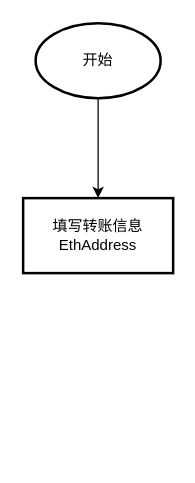
The draw.io diagram 简易转账流程.drawio in kami1983/umls, before the edit. Source tidied: cells renumbered, new cells numbered last; positions are measured from the earlier drawing's top-left corner, leaving out a move shared by most shapes. Both pictures are drawn from the tidied source at 125%, with x=0, y=0 at pixel (22, 22).
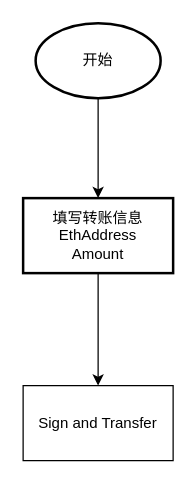
Above is the later version.

Commit message (it also covers changes not shown here):
Update 简易转账流程.drawio

What changed in the source:
```diff
@@
 <mxGraphModel>
   <root>
     <mxCell id="0" />
     <mxCell id="1" parent="0" />
     <mxCell id="2" style="edgeStyle=orthogonalEdgeStyle;rounded=0;jettySize=auto;html=1;" parent="1" edge="1" source="3" target="4">
       <mxGeometry relative="1" as="geometry" />
     </mxCell>
     <mxCell id="3" value="开始" style="strokeWidth=2;html=1;shape=mxgraph.flowchart.start_1;whiteSpace=wrap;" parent="1" vertex="1">
       <mxGeometry x="10" width="100" height="60" as="geometry" />
     </mxCell>
+    <mxCell id="5" style="edgeStyle=orthogonalEdgeStyle;rounded=0;jettySize=auto;html=1;" parent="1" edge="1" source="4" target="6">
+      <mxGeometry relative="1" as="geometry" />
+    </mxCell>
-    <mxCell id="4" value="填写转账信息&lt;br&gt;EthAddress" style="whiteSpace=wrap;html=1;strokeWidth=2;" parent="1" vertex="1">
+    <mxCell id="4" value="填写转账信息&lt;br&gt;EthAddress&lt;br&gt;Amount" style="whiteSpace=wrap;html=1;strokeWidth=2;" parent="1" vertex="1">
       <mxGeometry y="140" width="120" height="60" as="geometry" />
     </mxCell>
+    <mxCell id="6" value="Sign and Transfer" style="rounded=0;whiteSpace=wrap;html=1;" parent="1" vertex="1">
+      <mxGeometry y="290" width="120" height="60" as="geometry" />
+    </mxCell>
   </root>
 </mxGraphModel>
```
